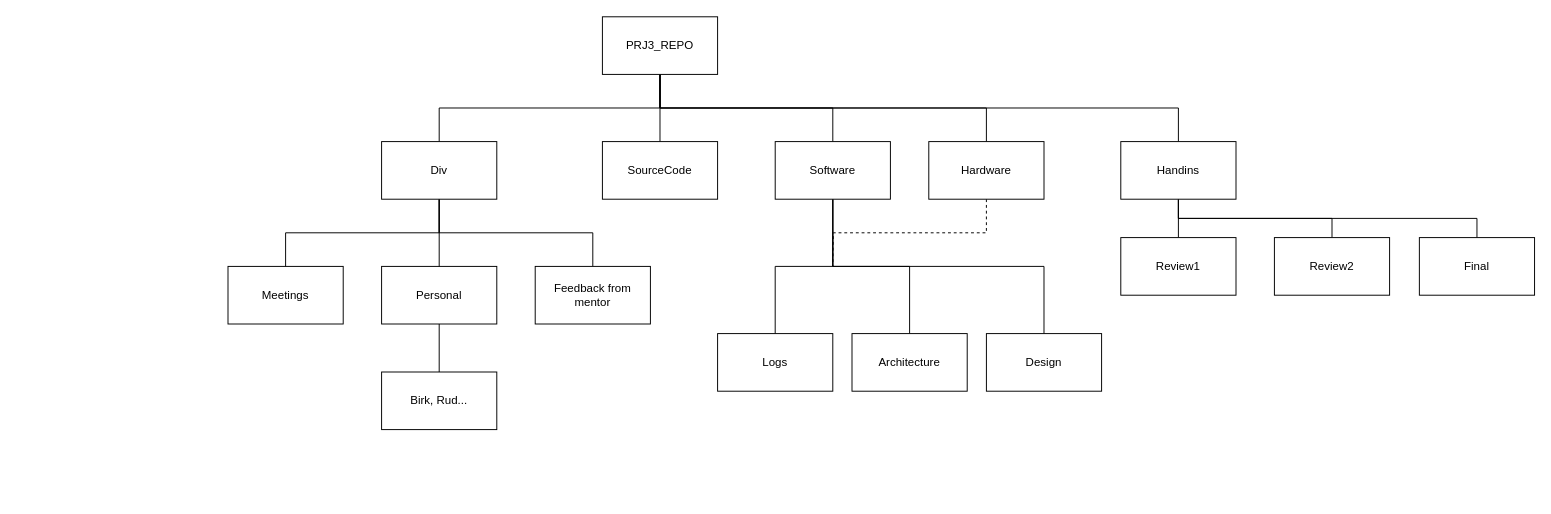
The draw.io diagram Div/Personal/Brix/GitStructure.drawio in mbirko/PRJ3_Repo, before the edit. Source tidied: cells renumbered, new cells numbered last; positions are measured from the earlier drawing's top-left corner, leaving out a move shared by most shapes. Both pictures are drawn from the tidied source at 96%, with x=0, y=0 at pixel (228, 16).
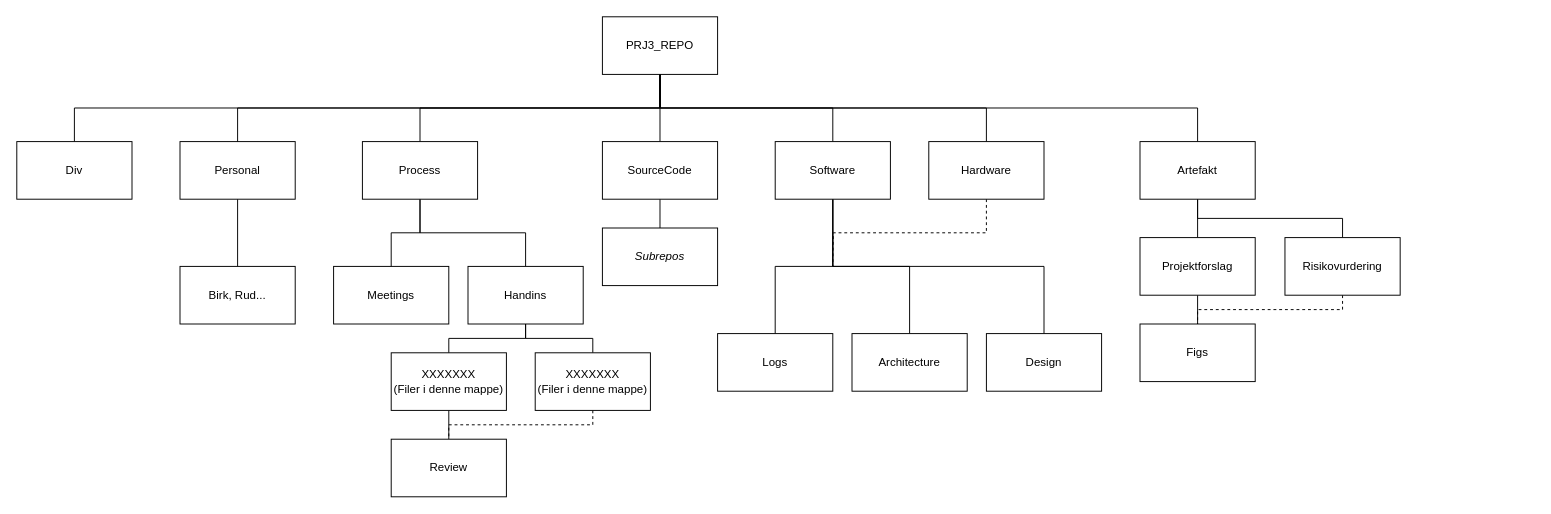
After the change.

The change refers to these unchanged cells:
```xml
<mxCell id="7" value="PRJ3_REPO" style="rounded=0;whiteSpace=wrap;html=1;" parent="1" vertex="1">
  <mxGeometry x="390" width="120" height="60" as="geometry" />
</mxCell>
<mxCell id="11" value="SourceCode" style="rounded=0;whiteSpace=wrap;html=1;" parent="1" vertex="1">
  <mxGeometry x="390" y="130" width="120" height="60" as="geometry" />
</mxCell>
```

What changed in the source:
```diff
@@
     <mxCell id="8" value="Meetings&lt;br&gt;" style="rounded=0;whiteSpace=wrap;html=1;" parent="1" vertex="1">
-      <mxGeometry y="260" width="120" height="60" as="geometry" />
+      <mxGeometry x="110" y="260" width="120" height="60" as="geometry" />
     </mxCell>
@@
     <mxCell id="10" value="Personal" style="rounded=0;whiteSpace=wrap;html=1;" parent="1" vertex="1">
-      <mxGeometry x="160" y="260" width="120" height="60" as="geometry" />
+      <mxGeometry x="-50" y="130" width="120" height="60" as="geometry" />
     </mxCell>
+    <mxCell id="34" style="edgeStyle=orthogonalEdgeStyle;rounded=0;html=1;exitX=0.5;exitY=1;exitDx=0;exitDy=0;entryX=0.5;entryY=0;entryDx=0;entryDy=0;endArrow=none;endFill=0;" parent="1" edge="1" source="11" target="44">
+      <mxGeometry relative="1" as="geometry" />
+    </mxCell>
@@
     <mxCell id="19" value="Birk, Rud..." style="rounded=0;whiteSpace=wrap;html=1;" parent="1" vertex="1">
-      <mxGeometry x="160" y="370" width="120" height="60" as="geometry" />
+      <mxGeometry x="-50" y="260" width="120" height="60" as="geometry" />
     </mxCell>
@@
-    <mxCell id="22" style="edgeStyle=orthogonalEdgeStyle;rounded=0;html=1;exitX=0.5;exitY=1;exitDx=0;exitDy=0;entryX=0.5;entryY=0;entryDx=0;entryDy=0;endArrow=none;endFill=0;" parent="1" edge="1" source="25" target="31">
-      <mxGeometry relative="1" as="geometry" />
-    </mxCell>
@@
-    <mxCell id="25" value="Handins" style="rounded=0;whiteSpace=wrap;html=1;" parent="1" vertex="1">
-      <mxGeometry x="930" y="130" width="120" height="60" as="geometry" />
+    <mxCell id="25" value="Artefakt" style="rounded=0;whiteSpace=wrap;html=1;" parent="1" vertex="1">
+      <mxGeometry x="950" y="130" width="120" height="60" as="geometry" />
     </mxCell>
@@
-    <mxCell id="27" style="edgeStyle=orthogonalEdgeStyle;rounded=0;html=1;exitX=0.5;exitY=1;exitDx=0;exitDy=0;entryX=0.5;entryY=0;entryDx=0;entryDy=0;endArrow=none;endFill=0;" parent="1" edge="1" source="29" target="10">
+    <mxCell id="27" style="edgeStyle=orthogonalEdgeStyle;rounded=0;html=1;exitX=0.5;exitY=1;exitDx=0;exitDy=0;entryX=0.5;entryY=0;entryDx=0;entryDy=0;endArrow=none;endFill=0;" parent="1" edge="1" source="7" target="10">
       <mxGeometry relative="1" as="geometry" />
     </mxCell>
@@
-    <mxCell id="29" value="Div" style="rounded=0;whiteSpace=wrap;html=1;" parent="1" vertex="1">
-      <mxGeometry x="160" y="130" width="120" height="60" as="geometry" />
+    <mxCell id="29" value="Process" style="rounded=0;whiteSpace=wrap;html=1;" parent="1" vertex="1">
+      <mxGeometry x="140" y="130" width="120" height="60" as="geometry" />
     </mxCell>
+    <mxCell id="35" style="edgeStyle=orthogonalEdgeStyle;html=1;exitX=0.5;exitY=1;exitDx=0;exitDy=0;entryX=0.5;entryY=0;entryDx=0;entryDy=0;endArrow=none;endFill=0;rounded=0;" parent="1" edge="1" source="30" target="31">
+      <mxGeometry relative="1" as="geometry" />
+    </mxCell>
+    <mxCell id="36" style="edgeStyle=orthogonalEdgeStyle;html=1;exitX=0.5;exitY=1;exitDx=0;exitDy=0;entryX=0.5;entryY=0;entryDx=0;entryDy=0;endArrow=none;endFill=0;rounded=0;" parent="1" edge="1" source="30" target="41">
+      <mxGeometry relative="1" as="geometry" />
+    </mxCell>
-    <mxCell id="30" value="Feedback from mentor" style="rounded=0;whiteSpace=wrap;html=1;" parent="1" vertex="1">
-      <mxGeometry x="320" y="260" width="120" height="60" as="geometry" />
+    <mxCell id="30" value="Handins" style="rounded=0;whiteSpace=wrap;html=1;" parent="1" vertex="1">
+      <mxGeometry x="250" y="260" width="120" height="60" as="geometry" />
     </mxCell>
+    <mxCell id="37" style="edgeStyle=orthogonalEdgeStyle;rounded=0;html=1;exitX=0.5;exitY=1;exitDx=0;exitDy=0;entryX=0.5;entryY=0;entryDx=0;entryDy=0;endArrow=none;endFill=0;" parent="1" edge="1" source="31" target="42">
+      <mxGeometry relative="1" as="geometry" />
+    </mxCell>
-    <mxCell id="31" value="Review1" style="rounded=0;whiteSpace=wrap;html=1;" parent="1" vertex="1">
-      <mxGeometry x="930" y="230" width="120" height="60" as="geometry" />
+    <mxCell id="31" value="XXXXXXX&lt;br&gt;(Filer i denne mappe)" style="rounded=0;whiteSpace=wrap;html=1;" parent="1" vertex="1">
+      <mxGeometry x="170" y="350" width="120" height="60" as="geometry" />
     </mxCell>
+    <mxCell id="38" style="edgeStyle=orthogonalEdgeStyle;rounded=0;html=1;exitX=0.5;exitY=1;exitDx=0;exitDy=0;entryX=0.5;entryY=0;entryDx=0;entryDy=0;endArrow=none;endFill=0;" parent="1" edge="1" source="32" target="43">
+      <mxGeometry relative="1" as="geometry" />
+    </mxCell>
-    <mxCell id="32" value="Review2" style="rounded=0;whiteSpace=wrap;html=1;" parent="1" vertex="1">
-      <mxGeometry x="1090" y="230" width="120" height="60" as="geometry" />
+    <mxCell id="32" value="Projektforslag" style="rounded=0;whiteSpace=wrap;html=1;" parent="1" vertex="1">
+      <mxGeometry x="950" y="230" width="120" height="60" as="geometry" />
     </mxCell>
+    <mxCell id="39" style="edgeStyle=orthogonalEdgeStyle;rounded=0;html=1;exitX=0.5;exitY=1;exitDx=0;exitDy=0;entryX=0.5;entryY=0;entryDx=0;entryDy=0;endArrow=none;endFill=0;dashed=1;" parent="1" edge="1" source="33" target="43">
+      <mxGeometry relative="1" as="geometry" />
+    </mxCell>
-    <mxCell id="33" value="Final" style="rounded=0;whiteSpace=wrap;html=1;" parent="1" vertex="1">
-      <mxGeometry x="1241" y="230" width="120" height="60" as="geometry" />
+    <mxCell id="33" value="Risikovurdering" style="rounded=0;whiteSpace=wrap;html=1;" parent="1" vertex="1">
+      <mxGeometry x="1101" y="230" width="120" height="60" as="geometry" />
     </mxCell>
+    <mxCell id="40" style="edgeStyle=orthogonalEdgeStyle;rounded=0;html=1;exitX=0.5;exitY=1;exitDx=0;exitDy=0;endArrow=none;endFill=0;dashed=1;entryX=0.5;entryY=0;entryDx=0;entryDy=0;" parent="1" edge="1" source="41" target="42">
+      <mxGeometry relative="1" as="geometry" />
+    </mxCell>
+    <mxCell id="41" value="XXXXXXX&lt;br&gt;(Filer i denne mappe)" style="rounded=0;whiteSpace=wrap;html=1;" parent="1" vertex="1">
+      <mxGeometry x="320" y="350" width="120" height="60" as="geometry" />
+    </mxCell>
+    <mxCell id="42" value="Review" style="rounded=0;whiteSpace=wrap;html=1;" parent="1" vertex="1">
+      <mxGeometry x="170" y="440" width="120" height="60" as="geometry" />
+    </mxCell>
+    <mxCell id="43" value="Figs" style="rounded=0;whiteSpace=wrap;html=1;" parent="1" vertex="1">
+      <mxGeometry x="950" y="320" width="120" height="60" as="geometry" />
+    </mxCell>
+    <mxCell id="44" value="&lt;i&gt;Subrepos&lt;/i&gt;" style="rounded=0;whiteSpace=wrap;html=1;" parent="1" vertex="1">
+      <mxGeometry x="390" y="220" width="120" height="60" as="geometry" />
+    </mxCell>
+    <mxCell id="45" style="edgeStyle=orthogonalEdgeStyle;rounded=0;html=1;exitX=0.5;exitY=0;exitDx=0;exitDy=0;entryX=0.5;entryY=1;entryDx=0;entryDy=0;endArrow=none;endFill=0;" parent="1" edge="1" source="46" target="7">
+      <mxGeometry relative="1" as="geometry" />
+    </mxCell>
+    <mxCell id="46" value="Div" style="rounded=0;whiteSpace=wrap;html=1;" parent="1" vertex="1">
+      <mxGeometry x="-220" y="130" width="120" height="60" as="geometry" />
+    </mxCell>
```
